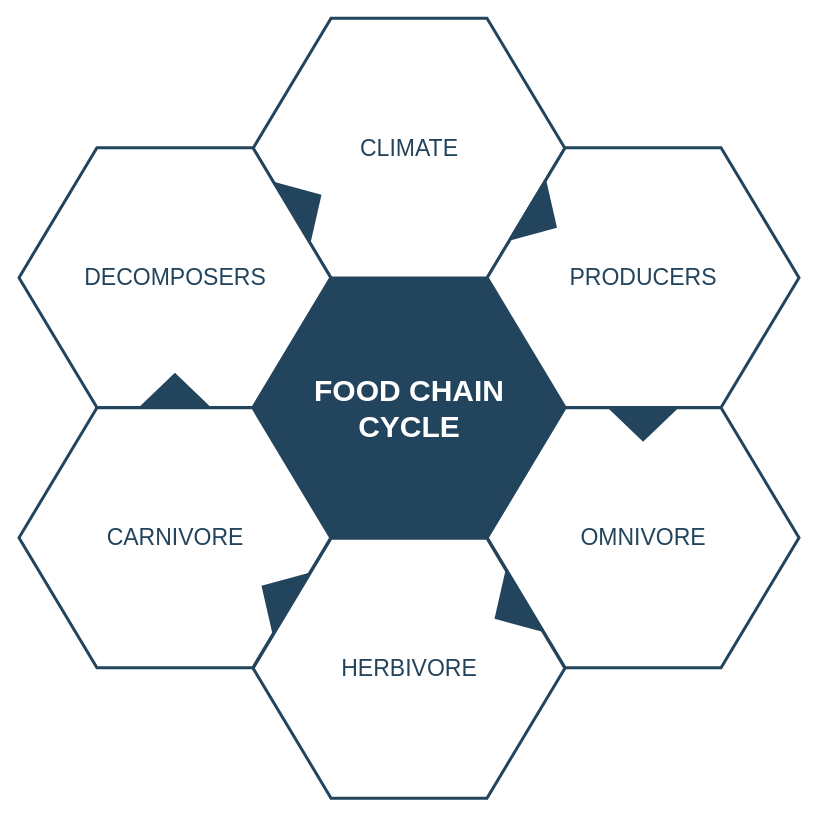
This is Untitled Diagram.drawio from fabiarsi/Breescorefine, a draw.io file, before an edit. Source tidied: cells renumbered, new cells numbered last; positions are measured from the earlier drawing's top-left corner, leaving out a move shared by most shapes. Both pictures are drawn from the tidied source at 100%, with x=0, y=0 at pixel (18, 18).
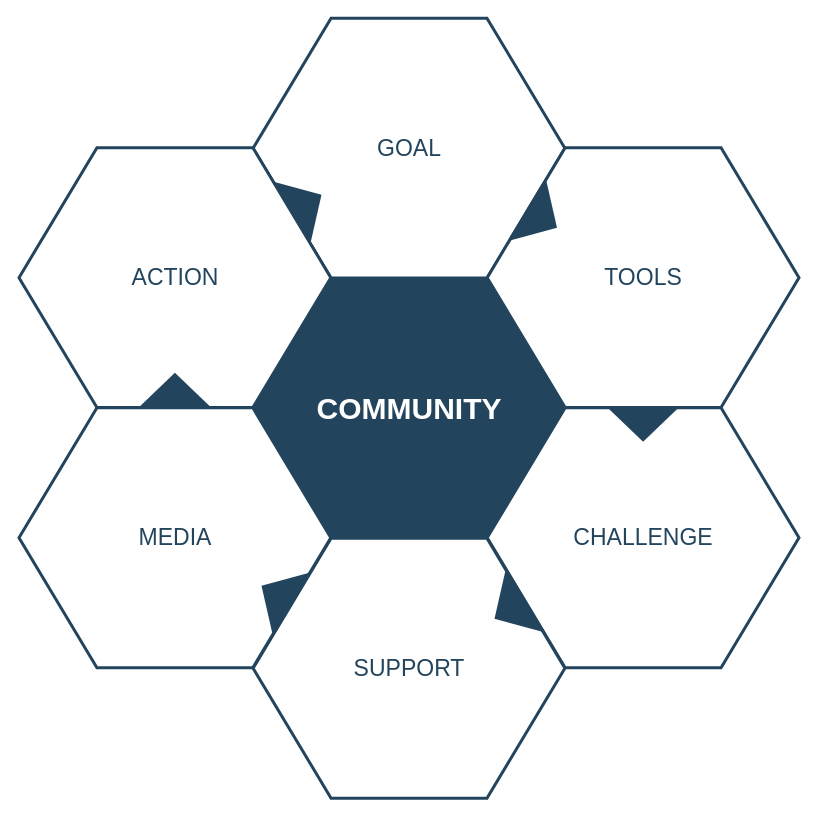
The same page after the edit.

Diff of the diagram source:
```diff
@@
 <mxGraphModel>
   <root>
     <mxCell id="0" />
     <mxCell id="1" parent="0" />
-    <mxCell id="2" value="&lt;font style=&quot;font-size: 30px&quot; color=&quot;#ffffff&quot;&gt;&lt;b&gt;&lt;span&gt;FOOD CHAIN&lt;/span&gt;&lt;br&gt;&lt;span&gt;CYCLE&lt;/span&gt;&lt;/b&gt;&lt;/font&gt;&lt;br&gt;" style="shape=hexagon;perimeter=hexagonPerimeter2;whiteSpace=wrap;html=1;shadow=0;labelBackgroundColor=none;strokeColor=#23445D;fillColor=#23445D;gradientColor=none;fontFamily=Helvetica;fontSize=23;fontColor=#23445d;align=center;strokeWidth=3;" parent="1" vertex="1">
+    <mxCell id="2" value="&lt;font color=&quot;#ffffff&quot;&gt;&lt;span style=&quot;font-size: 30px&quot;&gt;&lt;b&gt;COMMUNITY&lt;/b&gt;&lt;/span&gt;&lt;/font&gt;" style="shape=hexagon;perimeter=hexagonPerimeter2;whiteSpace=wrap;html=1;shadow=0;labelBackgroundColor=none;strokeColor=#23445D;fillColor=#23445D;gradientColor=none;fontFamily=Helvetica;fontSize=23;fontColor=#23445d;align=center;strokeWidth=3;" parent="1" vertex="1">
       <mxGeometry x="234.6" y="259.8" width="311.8" height="259.9" as="geometry" />
     </mxCell>
     <mxCell id="3" style="triangle;whiteSpace=wrap;html=1;shadow=0;labelBackgroundColor=none;strokeColor=none;fillColor=#FFFFFF;fontFamily=Helvetica;fontSize=17;fontColor=#23445d;align=center;rotation=90;gradientColor=none;flipV=1;flipH=1;opacity=20;" parent="1" vertex="1">
       <mxGeometry x="115.5" y="277.7" width="72" height="152" as="geometry" />
     </mxCell>
-    <mxCell id="4" value="&lt;font style=&quot;font-size: 23px&quot;&gt;CLIMATE&lt;/font&gt;" style="shape=hexagon;perimeter=hexagonPerimeter2;whiteSpace=wrap;html=1;shadow=0;labelBackgroundColor=none;strokeColor=#23445D;fillColor=#ffffff;gradientColor=none;fontFamily=Helvetica;fontSize=23;fontColor=#23445D;align=center;strokeWidth=3;" parent="1" vertex="1">
+    <mxCell id="4" value="GOAL" style="shape=hexagon;perimeter=hexagonPerimeter2;whiteSpace=wrap;html=1;shadow=0;labelBackgroundColor=none;strokeColor=#23445D;fillColor=#ffffff;gradientColor=none;fontFamily=Helvetica;fontSize=23;fontColor=#23445D;align=center;strokeWidth=3;" parent="1" vertex="1">
       <mxGeometry x="234.6" y="-0.3" width="311.8" height="259.9" as="geometry" />
     </mxCell>
-    <mxCell id="5" value="&lt;font style=&quot;font-size: 23px&quot;&gt;PRODUCERS&lt;/font&gt;" style="shape=hexagon;perimeter=hexagonPerimeter2;whiteSpace=wrap;html=1;shadow=0;labelBackgroundColor=none;strokeColor=#23445D;fillColor=#FFFFFF;gradientColor=none;fontFamily=Helvetica;fontSize=23;fontColor=#23445d;align=center;strokeWidth=3;" parent="1" vertex="1">
+    <mxCell id="5" value="&lt;font style=&quot;font-size: 23px&quot;&gt;TOOLS&lt;/font&gt;" style="shape=hexagon;perimeter=hexagonPerimeter2;whiteSpace=wrap;html=1;shadow=0;labelBackgroundColor=none;strokeColor=#23445D;fillColor=#FFFFFF;gradientColor=none;fontFamily=Helvetica;fontSize=23;fontColor=#23445d;align=center;strokeWidth=3;" parent="1" vertex="1">
       <mxGeometry x="468.7" y="129.2" width="311.8" height="259.9" as="geometry" />
     </mxCell>
-    <mxCell id="6" value="&lt;font style=&quot;font-size: 23px&quot;&gt;OMNIVORE&lt;/font&gt;" style="shape=hexagon;perimeter=hexagonPerimeter2;whiteSpace=wrap;html=1;shadow=0;labelBackgroundColor=none;strokeColor=#23445D;fillColor=#FFFFFF;gradientColor=none;fontFamily=Helvetica;fontSize=23;fontColor=#23445d;align=center;strokeWidth=3;" parent="1" vertex="1">
+    <mxCell id="6" value="&lt;font style=&quot;font-size: 23px&quot;&gt;CHALLENGE&lt;/font&gt;" style="shape=hexagon;perimeter=hexagonPerimeter2;whiteSpace=wrap;html=1;shadow=0;labelBackgroundColor=none;strokeColor=#23445D;fillColor=#FFFFFF;gradientColor=none;fontFamily=Helvetica;fontSize=23;fontColor=#23445d;align=center;strokeWidth=3;" parent="1" vertex="1">
       <mxGeometry x="468.7" y="389.3" width="311.8" height="259.9" as="geometry" />
     </mxCell>
-    <mxCell id="7" value="&lt;font style=&quot;font-size: 23px&quot;&gt;HERBIVORE&lt;/font&gt;" style="shape=hexagon;perimeter=hexagonPerimeter2;whiteSpace=wrap;html=1;shadow=0;labelBackgroundColor=none;strokeColor=#23445D;fillColor=#FFFFFF;gradientColor=none;fontFamily=Helvetica;fontSize=23;fontColor=#23445d;align=center;strokeWidth=3;" parent="1" vertex="1">
+    <mxCell id="7" value="&lt;font style=&quot;font-size: 23px&quot;&gt;SUPPORT&lt;/font&gt;" style="shape=hexagon;perimeter=hexagonPerimeter2;whiteSpace=wrap;html=1;shadow=0;labelBackgroundColor=none;strokeColor=#23445D;fillColor=#FFFFFF;gradientColor=none;fontFamily=Helvetica;fontSize=23;fontColor=#23445d;align=center;strokeWidth=3;" parent="1" vertex="1">
       <mxGeometry x="234.6" y="519.8" width="311.8" height="259.9" as="geometry" />
     </mxCell>
-    <mxCell id="8" value="&lt;font style=&quot;font-size: 23px&quot;&gt;CARNIVORE&lt;/font&gt;" style="shape=hexagon;perimeter=hexagonPerimeter2;whiteSpace=wrap;html=1;shadow=0;labelBackgroundColor=none;strokeColor=#23445D;fillColor=#FFFFFF;gradientColor=none;fontFamily=Helvetica;fontSize=23;fontColor=#23445d;align=center;strokeWidth=3;" parent="1" vertex="1">
+    <mxCell id="8" value="&lt;font style=&quot;font-size: 23px&quot;&gt;MEDIA&lt;/font&gt;" style="shape=hexagon;perimeter=hexagonPerimeter2;whiteSpace=wrap;html=1;shadow=0;labelBackgroundColor=none;strokeColor=#23445D;fillColor=#FFFFFF;gradientColor=none;fontFamily=Helvetica;fontSize=23;fontColor=#23445d;align=center;strokeWidth=3;" parent="1" vertex="1">
       <mxGeometry x="0.5" y="389.3" width="311.8" height="259.9" as="geometry" />
     </mxCell>
-    <mxCell id="9" value="&lt;font style=&quot;font-size: 23px;&quot;&gt;DECOMPOSERS&lt;/font&gt;" style="shape=hexagon;perimeter=hexagonPerimeter2;whiteSpace=wrap;html=1;shadow=0;labelBackgroundColor=none;strokeColor=#23445D;fillColor=#ffffff;gradientColor=none;fontFamily=Helvetica;fontSize=23;fontColor=#23445D;align=center;strokeWidth=3;" parent="1" vertex="1">
+    <mxCell id="9" value="&lt;font style=&quot;font-size: 23px&quot;&gt;ACTION&lt;/font&gt;" style="shape=hexagon;perimeter=hexagonPerimeter2;whiteSpace=wrap;html=1;shadow=0;labelBackgroundColor=none;strokeColor=#23445D;fillColor=#ffffff;gradientColor=none;fontFamily=Helvetica;fontSize=23;fontColor=#23445D;align=center;strokeWidth=3;" parent="1" vertex="1">
       <mxGeometry x="0.5" y="129.2" width="311.8" height="259.9" as="geometry" />
     </mxCell>
     <mxCell id="10" style="triangle;whiteSpace=wrap;html=1;shadow=0;labelBackgroundColor=none;strokeColor=none;fillColor=#23445D;fontFamily=Helvetica;fontSize=17;fontColor=#23445d;align=center;rotation=31;gradientColor=none;strokeWidth=3;" parent="1" vertex="1">
       <mxGeometry x="506" y="163.7" width="35" height="73" as="geometry" />
     </mxCell>
     <mxCell id="11" style="triangle;whiteSpace=wrap;html=1;shadow=0;labelBackgroundColor=none;strokeColor=none;fillColor=#23445D;fontFamily=Helvetica;fontSize=17;fontColor=#23445d;align=center;rotation=31;gradientColor=none;flipH=1;strokeWidth=3;" parent="1" vertex="1">
       <mxGeometry x="240.5" y="539.7" width="35" height="73" as="geometry" />
     </mxCell>
     <mxCell id="12" style="triangle;whiteSpace=wrap;html=1;shadow=0;labelBackgroundColor=none;strokeColor=none;fillColor=#23445D;fontFamily=Helvetica;fontSize=17;fontColor=#23445d;align=center;rotation=329;gradientColor=none;strokeWidth=3;" parent="1" vertex="1">
       <mxGeometry x="270.5" y="148.7" width="35" height="73" as="geometry" />
     </mxCell>
     <mxCell id="13" style="triangle;whiteSpace=wrap;html=1;shadow=0;labelBackgroundColor=none;strokeColor=none;fillColor=#23445D;fontFamily=Helvetica;fontSize=17;fontColor=#23445d;align=center;rotation=329;gradientColor=none;flipH=1;strokeWidth=3;" parent="1" vertex="1">
       <mxGeometry x="473.5" y="554.7" width="35" height="73" as="geometry" />
     </mxCell>
     <mxCell id="14" style="triangle;whiteSpace=wrap;html=1;shadow=0;labelBackgroundColor=none;strokeColor=none;fillColor=#23445D;fontFamily=Helvetica;fontSize=17;fontColor=#23445d;align=center;rotation=90;gradientColor=none;strokeWidth=3;" parent="1" vertex="1">
       <mxGeometry x="607.1" y="369.2" width="35" height="73" as="geometry" />
     </mxCell>
     <mxCell id="15" style="triangle;whiteSpace=wrap;html=1;shadow=0;labelBackgroundColor=none;strokeColor=none;fillColor=#23445D;fontFamily=Helvetica;fontSize=17;fontColor=#23445d;align=center;rotation=90;gradientColor=none;flipH=1;strokeWidth=3;" parent="1" vertex="1">
       <mxGeometry x="138.9" y="335.2" width="35" height="73" as="geometry" />
     </mxCell>
   </root>
 </mxGraphModel>
```
